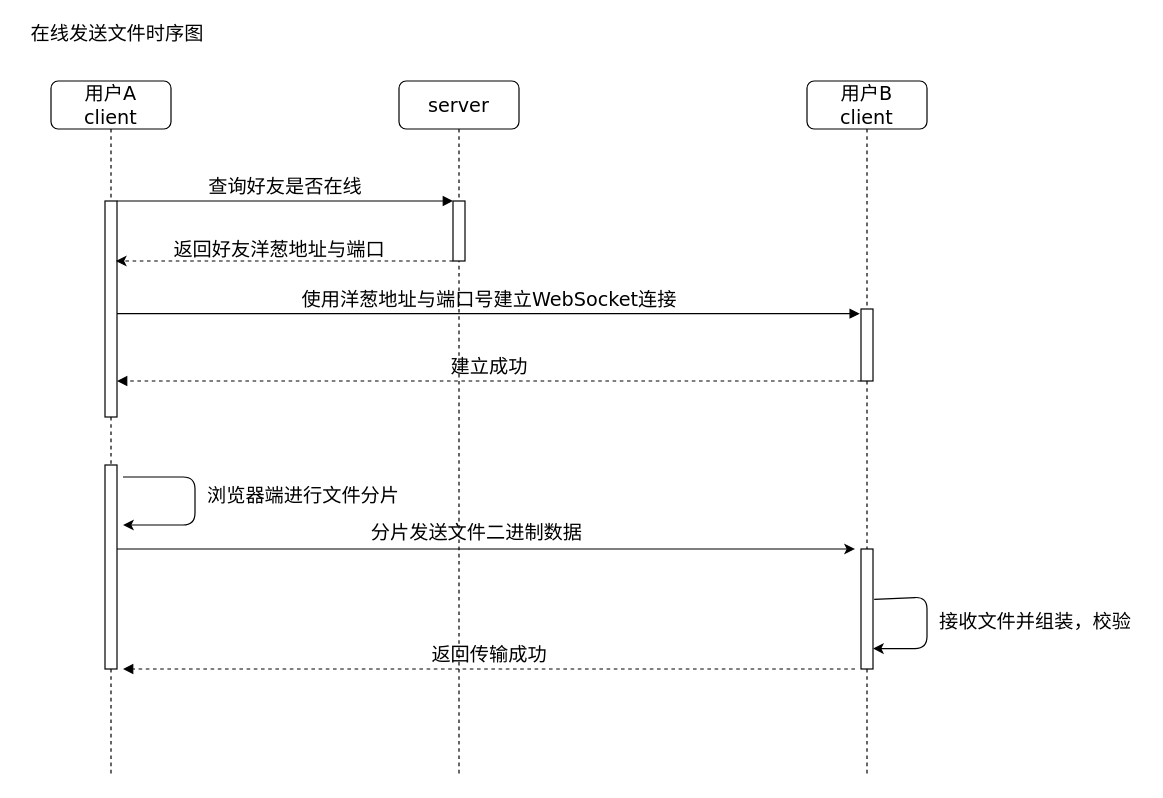
Above: Untitled Diagram.drawio in Whistle1988/code (draw.io), before the change. Source tidied: cells renumbered, new cells numbered last; positions are measured from the earlier drawing's top-left corner, leaving out a move shared by most shapes. Both pictures are drawn from the tidied source at 120%, with x=0, y=0 at pixel (20, 20).
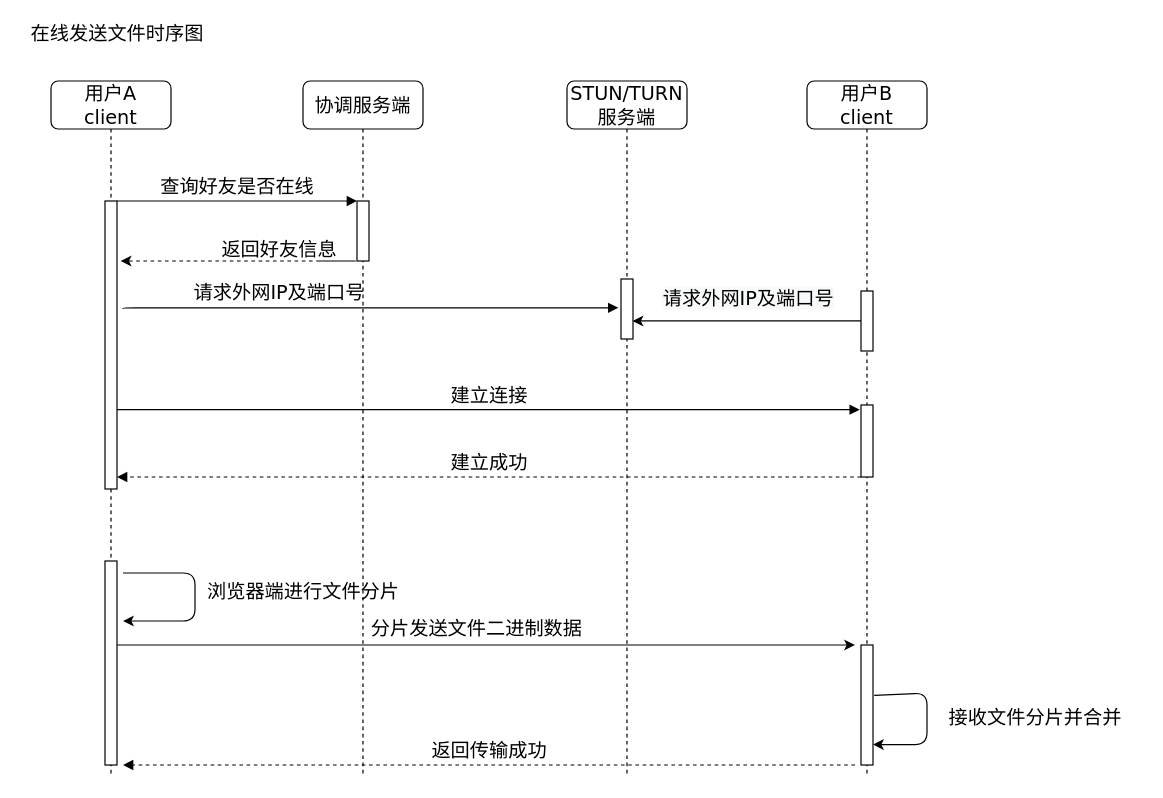
Above is the later version.

Unchanged cells that the change refers to:
```xml
<mxCell id="3" style="html=1;points=[];perimeter=orthogonalPerimeter;rounded=0;shadow=0;comic=0;labelBackgroundColor=none;strokeWidth=1;fontFamily=Verdana;fontSize=16;align=center;" parent="2" vertex="1">
  <mxGeometry x="45" y="100" width="10" height="50" as="geometry" />
</mxCell>
```

What changed in the source:
```diff
@@
-    <mxCell id="2" value="server" style="shape=umlLifeline;perimeter=lifelinePerimeter;whiteSpace=wrap;html=1;rounded=1;shadow=0;comic=0;labelBackgroundColor=none;strokeWidth=1;fontFamily=Verdana;fontSize=16;align=center;" parent="1" vertex="1">
-      <mxGeometry x="315" y="50" width="100" height="580" as="geometry" />
+    <mxCell id="2" value="协调服务端" style="shape=umlLifeline;perimeter=lifelinePerimeter;whiteSpace=wrap;html=1;rounded=1;shadow=0;comic=0;labelBackgroundColor=none;strokeWidth=1;fontFamily=Verdana;fontSize=16;align=center;flipH=1;" parent="1" vertex="1">
+      <mxGeometry x="235" y="50" width="100" height="580" as="geometry" />
     </mxCell>
@@
-    <mxCell id="4" value="用户B&lt;br style=&quot;font-size: 16px;&quot;&gt;client" style="shape=umlLifeline;perimeter=lifelinePerimeter;whiteSpace=wrap;html=1;rounded=1;shadow=0;comic=0;labelBackgroundColor=none;strokeWidth=1;fontFamily=Verdana;fontSize=16;align=center;" parent="1" vertex="1">
+    <mxCell id="4" value="用户B&lt;br style=&quot;font-size: 16px;&quot;&gt;client" style="shape=umlLifeline;perimeter=lifelinePerimeter;whiteSpace=wrap;html=1;rounded=1;shadow=0;comic=0;labelBackgroundColor=none;strokeWidth=1;fontFamily=Verdana;fontSize=16;align=center;flipH=1;" parent="1" vertex="1">
       <mxGeometry x="655" y="50" width="100" height="580" as="geometry" />
     </mxCell>
     <mxCell id="5" style="html=1;points=[];perimeter=orthogonalPerimeter;rounded=0;shadow=0;comic=0;labelBackgroundColor=none;strokeWidth=1;fontFamily=Verdana;fontSize=16;align=center;" parent="4" vertex="1">
-      <mxGeometry x="45" y="190" width="10" height="60" as="geometry" />
+      <mxGeometry x="45" y="270" width="10" height="60" as="geometry" />
     </mxCell>
     <mxCell id="6" style="html=1;points=[];perimeter=orthogonalPerimeter;rounded=0;shadow=0;comic=0;labelBackgroundColor=none;strokeWidth=1;fontFamily=Verdana;fontSize=16;align=center;" parent="4" vertex="1">
-      <mxGeometry x="45" y="390" width="10" height="100" as="geometry" />
+      <mxGeometry x="45" y="470" width="10" height="100" as="geometry" />
     </mxCell>
     <mxCell id="7" style="endArrow=classic;html=1;exitX=1.1;exitY=0.42;exitDx=0;exitDy=0;exitPerimeter=0;entryX=1;entryY=0.83;entryDx=0;entryDy=0;entryPerimeter=0;fontSize=16;" parent="4" edge="1" source="6" target="6">
       <mxGeometry relative="1" as="geometry">
         <Array as="points">
-          <mxPoint x="100" y="430" />
-          <mxPoint x="100" y="473" />
+          <mxPoint x="100" y="510" />
+          <mxPoint x="100" y="553" />
         </Array>
       </mxGeometry>
     </mxCell>
+    <mxCell id="23" style="html=1;points=[];perimeter=orthogonalPerimeter;rounded=0;shadow=0;comic=0;labelBackgroundColor=none;strokeWidth=1;fontFamily=Verdana;fontSize=16;align=center;" parent="4" vertex="1">
+      <mxGeometry x="45" y="175" width="10" height="50" as="geometry" />
+    </mxCell>
-    <mxCell id="8" value="用户A&lt;br style=&quot;font-size: 16px;&quot;&gt;client" style="shape=umlLifeline;perimeter=lifelinePerimeter;whiteSpace=wrap;html=1;rounded=1;shadow=0;comic=0;labelBackgroundColor=none;strokeWidth=1;fontFamily=Verdana;fontSize=16;align=center;" parent="1" vertex="1">
+    <mxCell id="8" value="用户A&lt;br style=&quot;font-size: 16px;&quot;&gt;client" style="shape=umlLifeline;perimeter=lifelinePerimeter;whiteSpace=wrap;html=1;rounded=1;shadow=0;comic=0;labelBackgroundColor=none;strokeWidth=1;fontFamily=Verdana;fontSize=16;align=center;flipH=1;" parent="1" vertex="1">
       <mxGeometry x="25" y="50" width="100" height="580" as="geometry" />
     </mxCell>
     <mxCell id="9" style="html=1;points=[];perimeter=orthogonalPerimeter;rounded=0;shadow=0;comic=0;labelBackgroundColor=none;strokeWidth=1;fontFamily=Verdana;fontSize=16;align=center;" parent="8" vertex="1">
-      <mxGeometry x="45" y="100" width="10" height="180" as="geometry" />
+      <mxGeometry x="45" y="100" width="10" height="240" as="geometry" />
     </mxCell>
     <mxCell id="10" style="html=1;points=[];perimeter=orthogonalPerimeter;rounded=0;shadow=0;comic=0;labelBackgroundColor=none;strokeWidth=1;fontFamily=Verdana;fontSize=16;align=center;" parent="8" vertex="1">
-      <mxGeometry x="45" y="320" width="10" height="170" as="geometry" />
+      <mxGeometry x="45" y="400" width="10" height="170" as="geometry" />
     </mxCell>
-    <mxCell id="11" value="使用洋葱地址与端口号建立WebSocket连接" style="html=1;verticalAlign=bottom;endArrow=block;entryX=-0.1;entryY=0.065;labelBackgroundColor=none;fontFamily=Verdana;fontSize=16;entryDx=0;entryDy=0;entryPerimeter=0;" parent="1" edge="1" source="9" target="5">
-      <mxGeometry relative="1" as="geometry" />
+    <mxCell id="11" value="建立连接" style="html=1;verticalAlign=bottom;endArrow=block;entryX=-0.1;entryY=0.065;labelBackgroundColor=none;fontFamily=Verdana;fontSize=16;entryDx=0;entryDy=0;entryPerimeter=0;" parent="1" edge="1" target="5">
+      <mxGeometry relative="1" as="geometry">
+        <mxPoint x="80" y="323.9" as="sourcePoint" />
+      </mxGeometry>
     </mxCell>
@@
-    <mxCell id="14" style="edgeStyle=orthogonalEdgeStyle;rounded=0;jettySize=auto;html=1;dashed=1;fontSize=16;" parent="1" edge="1" source="3">
+    <mxCell id="14" style="edgeStyle=orthogonalEdgeStyle;rounded=0;orthogonalLoop=1;jettySize=auto;html=1;dashed=1;fontSize=16;" parent="1" edge="1">
       <mxGeometry relative="1" as="geometry">
-        <mxPoint x="79" y="200" as="targetPoint" />
+        <mxPoint x="249" y="200" as="sourcePoint" />
+        <mxPoint x="83" y="200" as="targetPoint" />
         <Array as="points">
-          <mxPoint x="305" y="200" />
-          <mxPoint x="305" y="200" />
+          <mxPoint x="279" y="200" />
+          <mxPoint x="279" y="200" />
         </Array>
       </mxGeometry>
     </mxCell>
-    <mxCell id="15" value="返回好友洋葱地址与端口" style="text;html=1;align=center;verticalAlign=middle;fontSize=16;" parent="1" vertex="1">
-      <mxGeometry x="120" y="180" width="190" height="20" as="geometry" />
+    <mxCell id="15" value="返回好友信息" style="text;html=1;align=center;verticalAlign=middle;fontSize=16;" parent="1" vertex="1">
+      <mxGeometry x="160" y="180" width="110" height="20" as="geometry" />
     </mxCell>
-    <mxCell id="16" value="建立成功" style="html=1;verticalAlign=bottom;endArrow=block;labelBackgroundColor=none;fontFamily=Verdana;fontSize=16;exitX=0;exitY=1;exitDx=0;exitDy=0;exitPerimeter=0;dashed=1;" parent="1" edge="1" source="5" target="9">
-      <mxGeometry relative="1" as="geometry" />
+    <mxCell id="16" value="建立成功" style="html=1;verticalAlign=bottom;endArrow=block;labelBackgroundColor=none;fontFamily=Verdana;fontSize=16;exitX=0;exitY=1;exitDx=0;exitDy=0;exitPerimeter=0;dashed=1;" parent="1" edge="1" source="5">
+      <mxGeometry relative="1" as="geometry">
+        <mxPoint x="80" y="380" as="targetPoint" />
+      </mxGeometry>
     </mxCell>
     <mxCell id="17" style="endArrow=classic;html=1;fontSize=16;" parent="1" edge="1">
       <mxGeometry relative="1" as="geometry">
-        <mxPoint x="85" y="380" as="sourcePoint" />
-        <mxPoint x="85" y="420" as="targetPoint" />
+        <mxPoint x="85" y="460" as="sourcePoint" />
+        <mxPoint x="85" y="500" as="targetPoint" />
         <Array as="points">
-          <mxPoint x="145" y="380" />
-          <mxPoint x="145" y="420" />
+          <mxPoint x="145" y="460" />
+          <mxPoint x="145" y="500" />
         </Array>
       </mxGeometry>
     </mxCell>
     <mxCell id="18" value="浏览器端进行文件分片" style="text;html=1;align=center;verticalAlign=middle;fontSize=16;" parent="1" vertex="1">
-      <mxGeometry x="145" y="385" width="180" height="20" as="geometry" />
+      <mxGeometry x="145" y="465" width="180" height="20" as="geometry" />
     </mxCell>
     <mxCell id="19" style="endArrow=classic;html=1;fontSize=16;" parent="1" edge="1" source="10">
       <mxGeometry relative="1" as="geometry">
-        <mxPoint x="695" y="440" as="targetPoint" />
+        <mxPoint x="695" y="520" as="targetPoint" />
       </mxGeometry>
     </mxCell>
     <mxCell id="20" value="&lt;div style=&quot;text-align: center; font-size: 16px;&quot;&gt;&lt;span style=&quot;font-size: 16px;&quot;&gt;&lt;font face=&quot;verdana&quot; style=&quot;font-size: 16px;&quot;&gt;分片发送文件二进制数据&lt;/font&gt;&lt;/span&gt;&lt;/div&gt;" style="text;whiteSpace=wrap;html=1;fontSize=16;" parent="1" vertex="1">
-      <mxGeometry x="290" y="410" width="260" height="30" as="geometry" />
+      <mxGeometry x="290" y="490" width="260" height="30" as="geometry" />
     </mxCell>
-    <mxCell id="21" value="接收文件并组装，校验" style="text;html=1;align=center;verticalAlign=middle;fontSize=16;" parent="1" vertex="1">
-      <mxGeometry x="755" y="490" width="180" height="20" as="geometry" />
+    <mxCell id="21" value="接收文件分片并合并" style="text;html=1;align=center;verticalAlign=middle;fontSize=16;" parent="1" vertex="1">
+      <mxGeometry x="765" y="570" width="160" height="20" as="geometry" />
     </mxCell>
     <mxCell id="22" value="返回传输成功" style="html=1;verticalAlign=bottom;endArrow=block;labelBackgroundColor=none;fontFamily=Verdana;fontSize=16;exitX=0;exitY=1;exitDx=0;exitDy=0;exitPerimeter=0;dashed=1;" parent="1" edge="1">
       <mxGeometry relative="1" as="geometry">
-        <mxPoint x="695" y="540" as="sourcePoint" />
-        <mxPoint x="85" y="540" as="targetPoint" />
+        <mxPoint x="695" y="620" as="sourcePoint" />
+        <mxPoint x="85" y="620" as="targetPoint" />
       </mxGeometry>
     </mxCell>
+    <mxCell id="24" value="STUN/TURN服务端" style="shape=umlLifeline;perimeter=lifelinePerimeter;whiteSpace=wrap;html=1;rounded=1;shadow=0;comic=0;labelBackgroundColor=none;strokeWidth=1;fontFamily=Verdana;fontSize=16;align=center;flipH=1;" parent="1" vertex="1">
+      <mxGeometry x="455" y="50" width="100" height="580" as="geometry" />
+    </mxCell>
+    <mxCell id="25" style="html=1;points=[];perimeter=orthogonalPerimeter;rounded=0;shadow=0;comic=0;labelBackgroundColor=none;strokeWidth=1;fontFamily=Verdana;fontSize=16;align=center;" parent="24" vertex="1">
+      <mxGeometry x="45" y="165" width="10" height="50" as="geometry" />
+    </mxCell>
+    <mxCell id="26" value="请求外网IP及端口号" style="html=1;verticalAlign=bottom;endArrow=block;entryX=-0.218;entryY=0.464;labelBackgroundColor=none;fontFamily=Verdana;fontSize=16;edgeStyle=elbowEdgeStyle;elbow=vertical;entryDx=0;entryDy=0;entryPerimeter=0;" parent="1" edge="1" target="25">
+      <mxGeometry x="-0.37" y="1" relative="1" as="geometry">
+        <mxPoint x="85" y="240" as="sourcePoint" />
+      </mxGeometry>
+    </mxCell>
+    <mxCell id="27" style="edgeStyle=orthogonalEdgeStyle;rounded=0;jettySize=auto;html=1;entryX=0.959;entryY=0.699;entryDx=0;entryDy=0;entryPerimeter=0;fontSize=17;" parent="1" edge="1" source="23" target="25">
+      <mxGeometry relative="1" as="geometry" />
+    </mxCell>
+    <mxCell id="28" value="&lt;span style=&quot;font-family: &amp;#34;verdana&amp;#34; ; font-size: 16px ; background-color: rgb(248 , 249 , 250)&quot;&gt;请求外网IP及端口号&lt;/span&gt;" style="edgeLabel;html=1;align=center;verticalAlign=middle;fontSize=17;" parent="27" vertex="1">
+      <mxGeometry x="0.21" y="2" relative="1" as="geometry">
+        <mxPoint x="20" y="-20" as="offset" />
+      </mxGeometry>
+    </mxCell>
```
